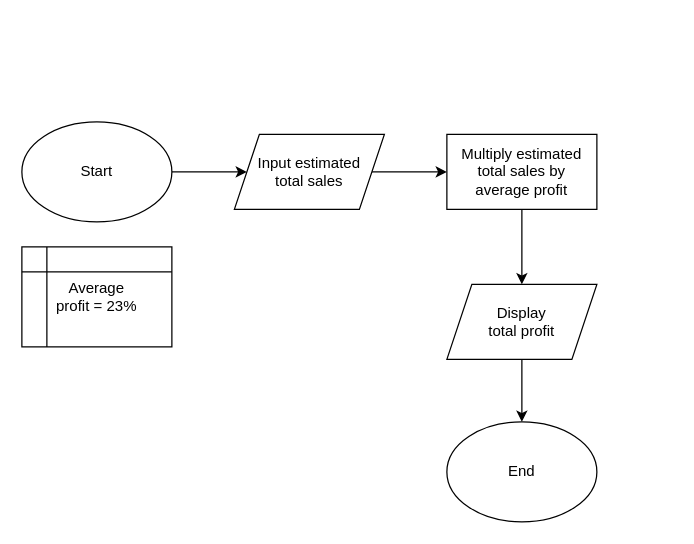
Earlier version of the draw.io diagram Python/Fundamentals/1. Simple Calculators/1. Total Profit/totalProfitFlowchart.drawio (darioGerussi/exploration). Source tidied: cells renumbered, new cells numbered last; positions are measured from the earlier drawing's top-left corner, leaving out a move shared by most shapes. Both pictures are drawn from the tidied source at 125%, with x=0, y=0 at pixel (21, 121).
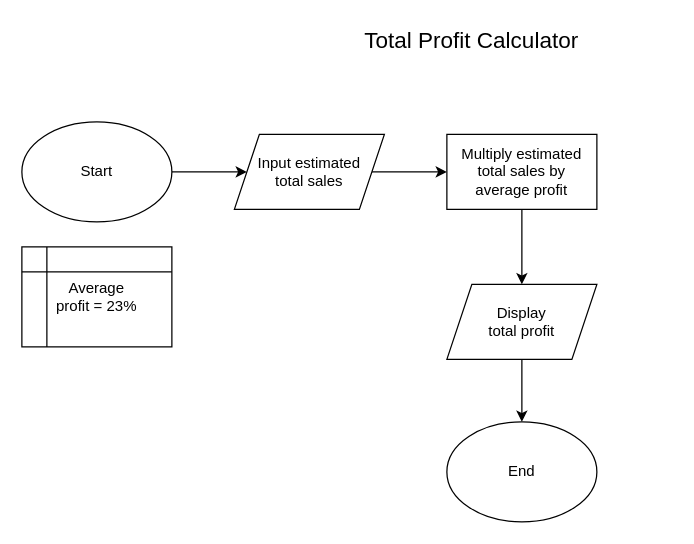
After the change.

Change to the diagram source:
```diff
@@
 <mxGraphModel>
   <root>
     <mxCell id="0" />
     <mxCell id="1" parent="0" />
     <mxCell id="2" style="edgeStyle=none;html=1;" parent="1" edge="1" source="3" target="5">
       <mxGeometry relative="1" as="geometry" />
     </mxCell>
     <mxCell id="3" value="Start" style="ellipse;whiteSpace=wrap;html=1;" parent="1" vertex="1">
       <mxGeometry width="120" height="80" as="geometry" />
     </mxCell>
     <mxCell id="4" style="edgeStyle=none;html=1;entryX=0;entryY=0.5;entryDx=0;entryDy=0;" parent="1" edge="1" source="5" target="8">
       <mxGeometry relative="1" as="geometry" />
     </mxCell>
     <mxCell id="5" value="Input estimated&lt;br&gt;total sales" style="shape=parallelogram;perimeter=parallelogramPerimeter;whiteSpace=wrap;html=1;fixedSize=1;" parent="1" vertex="1">
       <mxGeometry x="170" y="10" width="120" height="60" as="geometry" />
     </mxCell>
     <mxCell id="6" value="Average&lt;br&gt;profit = 23%" style="shape=internalStorage;whiteSpace=wrap;html=1;backgroundOutline=1;" parent="1" vertex="1">
       <mxGeometry y="100" width="120" height="80" as="geometry" />
     </mxCell>
     <mxCell id="7" style="edgeStyle=none;html=1;entryX=0.5;entryY=0;entryDx=0;entryDy=0;" parent="1" edge="1" source="8" target="10">
       <mxGeometry relative="1" as="geometry" />
     </mxCell>
     <mxCell id="8" value="Multiply estimated&lt;br&gt;total sales by&lt;br&gt;average profit" style="rounded=0;whiteSpace=wrap;html=1;" parent="1" vertex="1">
       <mxGeometry x="340" y="10" width="120" height="60" as="geometry" />
     </mxCell>
     <mxCell id="9" style="edgeStyle=none;html=1;entryX=0.5;entryY=0;entryDx=0;entryDy=0;" parent="1" edge="1" source="10" target="11">
       <mxGeometry relative="1" as="geometry" />
     </mxCell>
     <mxCell id="10" value="Display&lt;br&gt;total profit" style="shape=parallelogram;perimeter=parallelogramPerimeter;whiteSpace=wrap;html=1;fixedSize=1;" parent="1" vertex="1">
       <mxGeometry x="340" y="130" width="120" height="60" as="geometry" />
     </mxCell>
     <mxCell id="11" value="End" style="ellipse;whiteSpace=wrap;html=1;" parent="1" vertex="1">
       <mxGeometry x="340" y="240" width="120" height="80" as="geometry" />
     </mxCell>
+    <mxCell id="12" value="&lt;font style=&quot;font-size: 18px&quot;&gt;Total Profit Calculator&lt;/font&gt;" style="text;html=1;strokeColor=none;fillColor=none;align=center;verticalAlign=middle;whiteSpace=wrap;rounded=0;" parent="1" vertex="1">
+      <mxGeometry x="200" y="-80" width="320" height="30" as="geometry" />
+    </mxCell>
   </root>
 </mxGraphModel>
```
